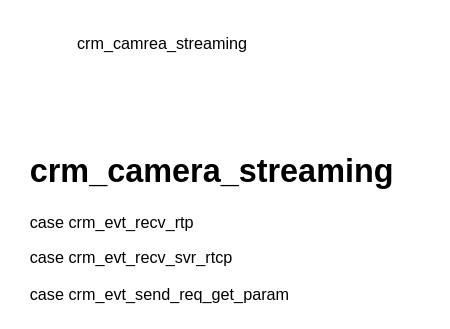
Above: 제목 없는 다이어그램.drawio in JaeHyeon774/NEWTIL (draw.io), before the change. Source tidied: cells renumbered, new cells numbered last; positions are measured from the earlier drawing's top-left corner, leaving out a move shared by most shapes. Both pictures are drawn from the tidied source at 135%, with x=0, y=0 at pixel (23, 23).
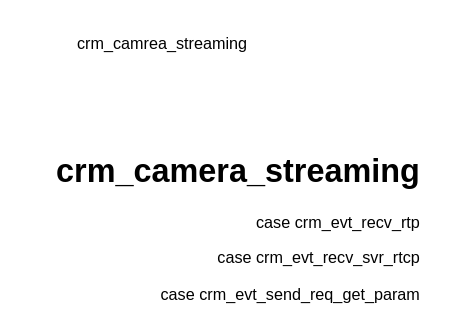
After the change.

Commit message:
제목 없는 다이어그램.drawio 업데이트

The edit, as a diff of the source:
```diff
@@
 <mxGraphModel>
   <root>
     <mxCell id="0" />
     <mxCell id="1" parent="0" />
     <mxCell id="2" value="crm_camrea_streaming" style="text;html=1;strokeColor=none;fillColor=none;align=center;verticalAlign=middle;whiteSpace=wrap;rounded=0;" parent="1" vertex="1">
       <mxGeometry x="24" width="158" height="30" as="geometry" />
     </mxCell>
-    <mxCell id="3" value="&lt;h1&gt;crm_camera_streaming&lt;/h1&gt;&lt;p&gt;case crm_evt_recv_rtp&lt;/p&gt;&lt;p&gt;case crm_evt_recv_svr_rtcp&lt;/p&gt;&lt;p&gt;case crm_evt_send_req_get_param&lt;/p&gt;" style="text;html=1;strokeColor=none;fillColor=none;spacing=5;spacingTop=-20;whiteSpace=wrap;overflow=hidden;rounded=0;" parent="1" vertex="1">
+    <mxCell id="3" value="&lt;h1&gt;crm_camera_streaming&lt;/h1&gt;&lt;p&gt;case crm_evt_recv_rtp&lt;/p&gt;&lt;p&gt;case crm_evt_recv_svr_rtcp&lt;/p&gt;&lt;p&gt;case crm_evt_send_req_get_param&lt;/p&gt;" style="text;html=1;strokeColor=none;fillColor=none;spacing=5;spacingTop=-20;whiteSpace=wrap;overflow=hidden;rounded=0;align=right;" parent="1" vertex="1">
       <mxGeometry y="90" width="299" height="120" as="geometry" />
     </mxCell>
   </root>
 </mxGraphModel>
```
